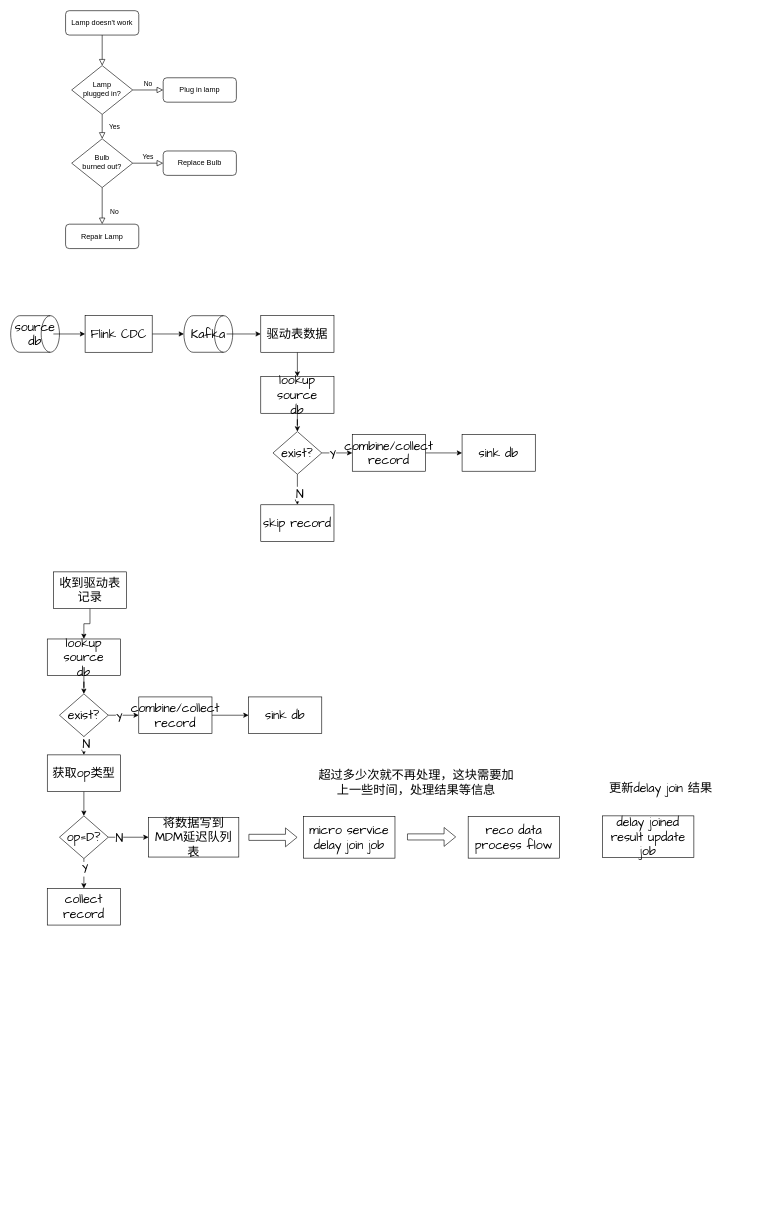
The draw.io diagram techlab/mdm.drawio in qiufang1314/drawio, before the edit. Source tidied: cells renumbered, new cells numbered last; positions are measured from the earlier drawing's top-left corner, leaving out a move shared by most shapes. Both pictures are drawn from the tidied source at 61%, with x=0, y=0 at pixel (16, 10).
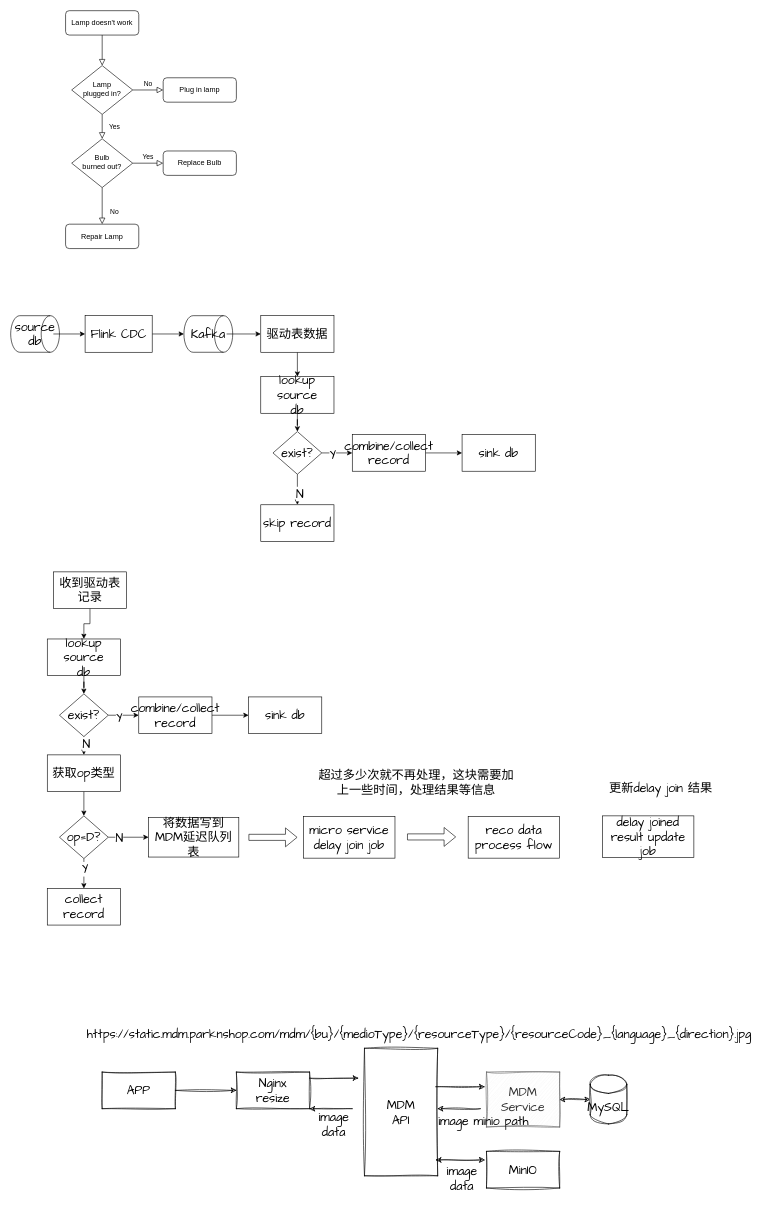
Above is the later version.

Change to the diagram source:
```diff
@@
+    <mxCell id="63" style="edgeStyle=orthogonalEdgeStyle;rounded=0;sketch=1;hachureGap=4;jiggle=2;curveFitting=1;jettySize=auto;html=1;entryX=0;entryY=0.5;entryDx=0;entryDy=0;fontFamily=Architects Daughter;fontSize=16;" parent="1" edge="1" source="64" target="65">
+      <mxGeometry relative="1" as="geometry" />
+    </mxCell>
+    <mxCell id="64" value="APP" style="rounded=0;whiteSpace=wrap;html=1;sketch=1;hachureGap=4;jiggle=2;curveFitting=1;fontFamily=Architects Daughter;fontSize=20;" parent="1" vertex="1">
+      <mxGeometry x="140" y="1740" width="120" height="60" as="geometry" />
+    </mxCell>
+    <mxCell id="65" value="Nginx&lt;br&gt;resize" style="rounded=0;whiteSpace=wrap;html=1;sketch=1;hachureGap=4;jiggle=2;curveFitting=1;fontFamily=Architects Daughter;fontSize=20;" parent="1" vertex="1">
+      <mxGeometry x="360" y="1740" width="120" height="60" as="geometry" />
+    </mxCell>
+    <mxCell id="66" value="MDM&lt;br&gt;API" style="rounded=0;whiteSpace=wrap;html=1;sketch=1;hachureGap=4;jiggle=2;curveFitting=1;fontFamily=Architects Daughter;fontSize=20;" parent="1" vertex="1">
+      <mxGeometry x="570" y="1701" width="120" height="209" as="geometry" />
+    </mxCell>
+    <mxCell id="67" style="edgeStyle=orthogonalEdgeStyle;rounded=0;sketch=1;hachureGap=4;jiggle=2;curveFitting=1;jettySize=auto;html=1;fontFamily=Architects Daughter;fontSize=16;startArrow=classic;startFill=1;" parent="1" edge="1" source="68" target="79">
+      <mxGeometry relative="1" as="geometry" />
+    </mxCell>
+    <mxCell id="68" value="MDM&lt;br&gt;Service" style="rounded=0;whiteSpace=wrap;html=1;sketch=1;hachureGap=4;jiggle=2;curveFitting=1;fontFamily=Architects Daughter;fontSize=20;fillColor=#f5f5f5;strokeColor=#666666;fontColor=#333333;" parent="1" vertex="1">
+      <mxGeometry x="770" y="1740" width="120" height="90" as="geometry" />
+    </mxCell>
+    <mxCell id="69" value="MinIO" style="rounded=0;whiteSpace=wrap;html=1;sketch=1;hachureGap=4;jiggle=2;curveFitting=1;fontFamily=Architects Daughter;fontSize=20;" parent="1" vertex="1">
+      <mxGeometry x="770" y="1870" width="120" height="60" as="geometry" />
+    </mxCell>
+    <mxCell id="70" value="https://static.mdm.parknshop.com/mdm/{bu}/{medioType}/{resourceType}/{resourceCode}_{language}_{direction}.jpg&lt;br&gt;&lt;br&gt;&lt;span style=&quot;font-family: -webkit-standard; font-size: medium; text-align: start;&quot;&gt;&lt;/span&gt;" style="text;html=1;strokeColor=none;fillColor=none;align=center;verticalAlign=middle;whiteSpace=wrap;rounded=0;fontSize=20;fontFamily=Architects Daughter;" parent="1" vertex="1">
+      <mxGeometry x="180" y="1674" width="960" height="30" as="geometry" />
+    </mxCell>
+    <mxCell id="71" style="endArrow=classic;html=1;rounded=0;sketch=1;hachureGap=4;jiggle=2;curveFitting=1;fontFamily=Architects Daughter;fontSize=16;" parent="1" edge="1">
+      <mxGeometry relative="1" as="geometry">
+        <mxPoint x="760" y="1800" as="sourcePoint" />
+        <mxPoint x="690" y="1800" as="targetPoint" />
+      </mxGeometry>
+    </mxCell>
+    <mxCell id="72" style="endArrow=classic;html=1;rounded=0;sketch=1;hachureGap=4;jiggle=2;curveFitting=1;fontFamily=Architects Daughter;fontSize=16;" parent="1" edge="1">
+      <mxGeometry relative="1" as="geometry">
+        <mxPoint x="550" y="1800" as="sourcePoint" />
+        <mxPoint x="480" y="1800" as="targetPoint" />
+      </mxGeometry>
+    </mxCell>
+    <mxCell id="73" value="image data" style="text;html=1;strokeColor=none;fillColor=none;align=center;verticalAlign=middle;whiteSpace=wrap;rounded=0;fontSize=20;fontFamily=Architects Daughter;" parent="1" vertex="1">
+      <mxGeometry x="490" y="1811" width="60" height="30" as="geometry" />
+    </mxCell>
+    <mxCell id="74" value="image minio path" style="text;html=1;align=center;verticalAlign=middle;strokeColor=none;fillColor=none;fontSize=20;fontFamily=Architects Daughter;" parent="1" vertex="1">
+      <mxGeometry x="680" y="1800" width="170" height="40" as="geometry" />
+    </mxCell>
+    <mxCell id="75" style="edgeStyle=orthogonalEdgeStyle;rounded=0;sketch=1;hachureGap=4;jiggle=2;curveFitting=1;orthogonalLoop=1;jettySize=auto;html=1;fontFamily=Architects Daughter;fontSize=16;" parent="1" edge="1">
+      <mxGeometry relative="1" as="geometry">
+        <mxPoint x="480" y="1750" as="sourcePoint" />
+        <mxPoint x="560" y="1750" as="targetPoint" />
+      </mxGeometry>
+    </mxCell>
+    <mxCell id="76" style="edgeStyle=orthogonalEdgeStyle;rounded=0;sketch=1;hachureGap=4;jiggle=2;curveFitting=1;orthogonalLoop=1;jettySize=auto;html=1;fontFamily=Architects Daughter;fontSize=16;" parent="1" edge="1">
+      <mxGeometry relative="1" as="geometry">
+        <mxPoint x="687" y="1764" as="sourcePoint" />
+        <mxPoint x="767" y="1764" as="targetPoint" />
+      </mxGeometry>
+    </mxCell>
+    <mxCell id="77" style="edgeStyle=orthogonalEdgeStyle;rounded=0;sketch=1;hachureGap=4;jiggle=2;curveFitting=1;orthogonalLoop=1;jettySize=auto;html=1;fontFamily=Architects Daughter;fontSize=16;startArrow=classic;startFill=1;" parent="1" edge="1">
+      <mxGeometry relative="1" as="geometry">
+        <mxPoint x="687" y="1884" as="sourcePoint" />
+        <mxPoint x="767" y="1884" as="targetPoint" />
+      </mxGeometry>
+    </mxCell>
+    <mxCell id="78" value="image data" style="text;html=1;strokeColor=none;fillColor=none;align=center;verticalAlign=middle;whiteSpace=wrap;rounded=0;fontSize=20;fontFamily=Architects Daughter;" parent="1" vertex="1">
+      <mxGeometry x="700" y="1900" width="60" height="30" as="geometry" />
+    </mxCell>
+    <mxCell id="79" value="MySQL" style="shape=cylinder3;whiteSpace=wrap;html=1;boundedLbl=1;backgroundOutline=1;size=15;sketch=1;hachureGap=4;jiggle=2;curveFitting=1;fontFamily=Architects Daughter;fontSize=20;" parent="1" vertex="1">
+      <mxGeometry x="940" y="1745" width="60" height="80" as="geometry" />
+    </mxCell>
```
